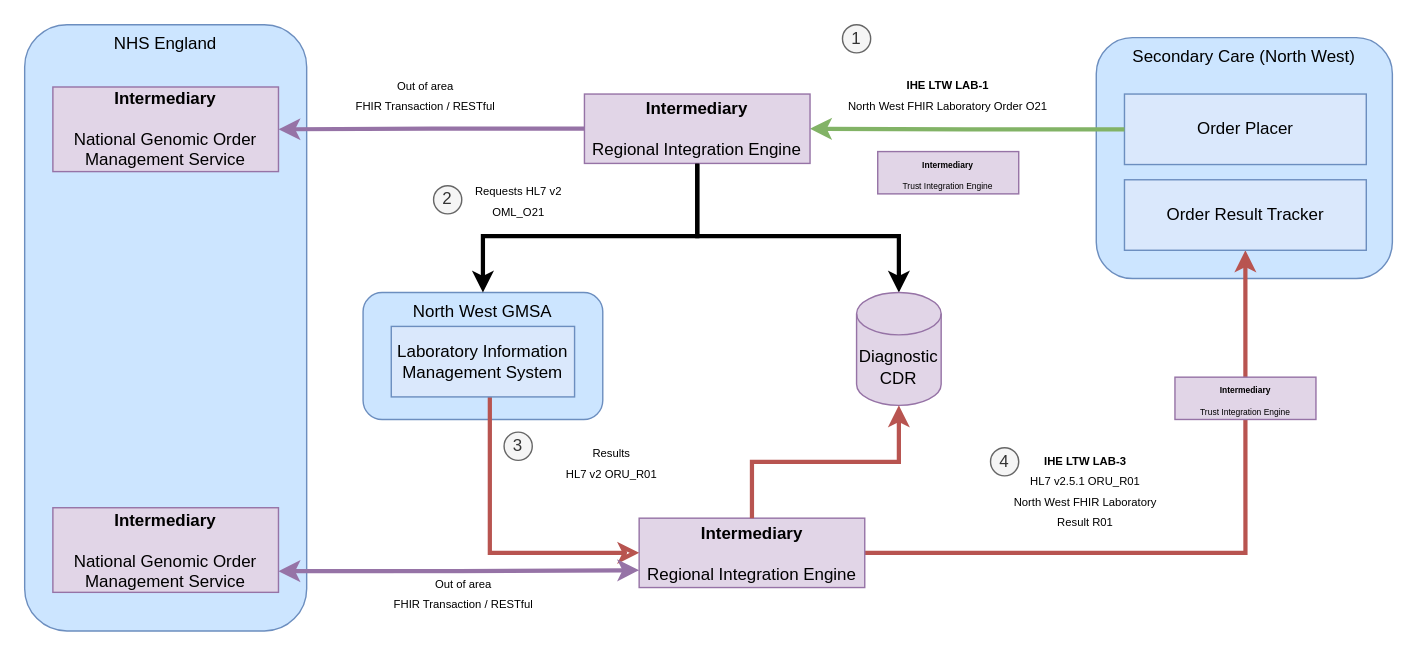
uk-gov-mirror/nw-gmsa.nw-gmsa.github.com keeps this draw.io diagram as DrawIo/Relationship to NHS England Genomic Order Management Service.drawio. Above is the earlier version. Source tidied: cells renumbered, new cells numbered last; positions are measured from the earlier drawing's top-left corner, leaving out a move shared by most shapes. Both pictures are drawn from the tidied source at 141%, with x=0, y=0 at pixel (24, 24).
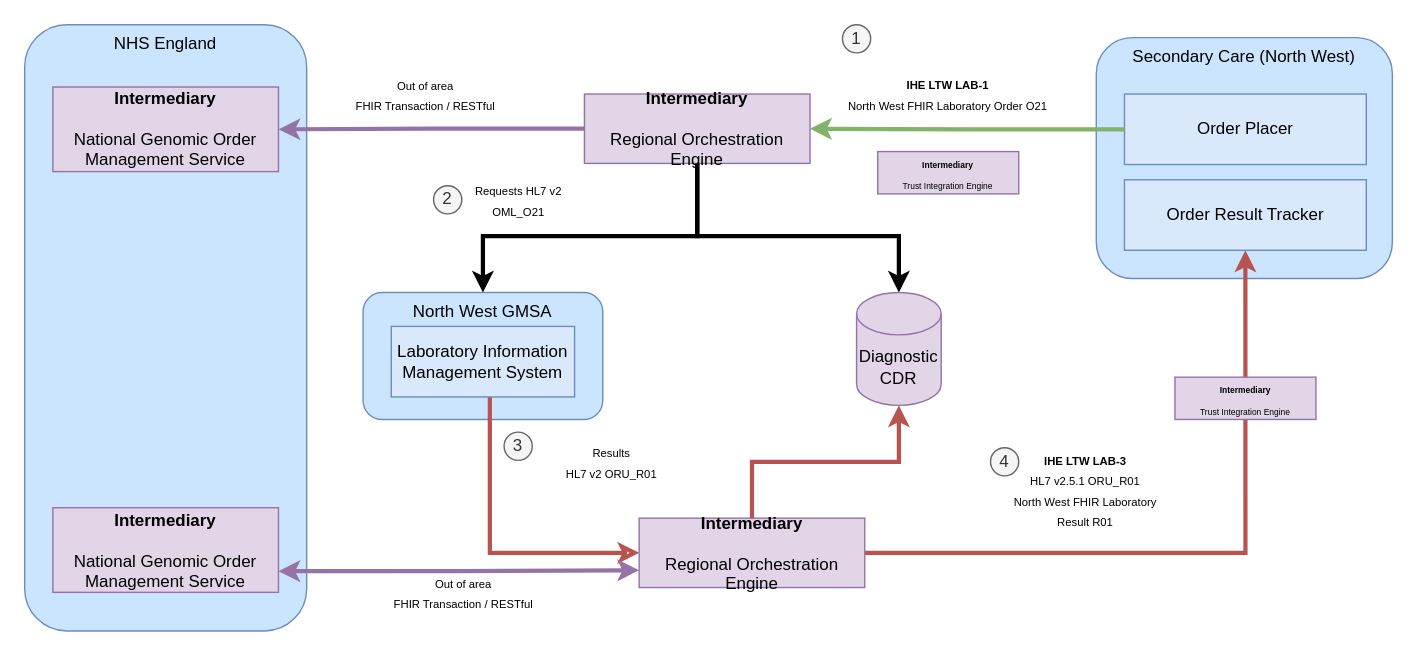
The same page after the edit.

What changed in the source:
```diff
@@
-    <mxCell id="10" value="&lt;b&gt;Intermediary&lt;/b&gt;&lt;br&gt;&lt;br&gt;Regional Integration Engine" style="rounded=0;whiteSpace=wrap;html=1;fillColor=#e1d5e7;strokeColor=#9673a6;" parent="1" vertex="1">
+    <mxCell id="10" value="&lt;b&gt;Intermediary&lt;/b&gt;&lt;br&gt;&lt;br&gt;Regional Orchestration Engine" style="rounded=0;whiteSpace=wrap;html=1;fillColor=#e1d5e7;strokeColor=#9673a6;" parent="1" vertex="1">
       <mxGeometry x="397" y="49.2" width="160" height="49.2" as="geometry" />
     </mxCell>
@@
-    <mxCell id="14" value="&lt;b&gt;Intermediary&lt;/b&gt;&lt;br&gt;&lt;br&gt;Regional Integration Engine" style="rounded=0;whiteSpace=wrap;html=1;fillColor=#e1d5e7;strokeColor=#9673a6;" parent="1" vertex="1">
+    <mxCell id="14" value="&lt;b&gt;Intermediary&lt;/b&gt;&lt;br&gt;&lt;br&gt;Regional Orchestration Engine" style="rounded=0;whiteSpace=wrap;html=1;fillColor=#e1d5e7;strokeColor=#9673a6;" parent="1" vertex="1">
       <mxGeometry x="435.8" y="350" width="160" height="49.2" as="geometry" />
     </mxCell>
```
